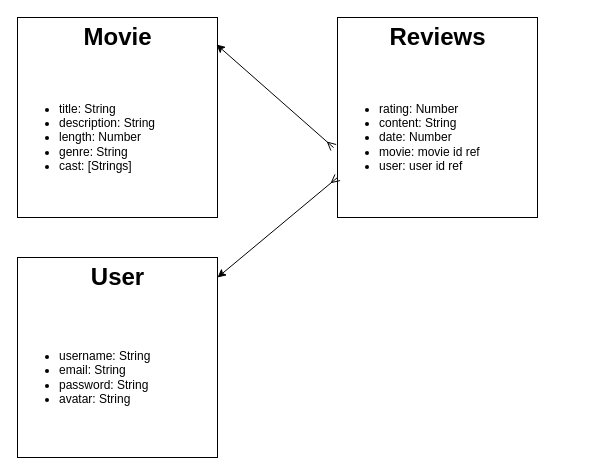
dbae82/Project-1---Reverse-Engineer keeps this draw.io diagram as erd.drawio. Above is the earlier version. Source tidied: cells renumbered, new cells numbered last; positions are measured from the earlier drawing's top-left corner, leaving out a move shared by most shapes. Both pictures are drawn from the tidied source at 100%, with x=0, y=0 at pixel (17, 17).
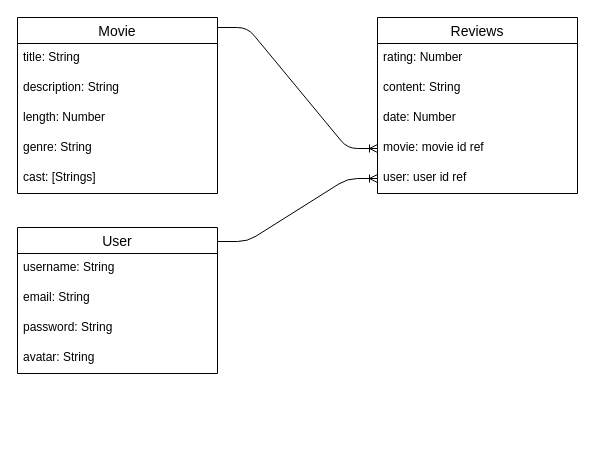
Above is the later version.

Commit message (it also covers changes not shown here):
edits readme with scope and adds wireframes

Change to the diagram source:
```diff
@@
-    <mxCell id="2" style="whiteSpace=wrap;html=1;" parent="1" vertex="1">
-      <mxGeometry width="200" height="200" as="geometry" />
-    </mxCell>
-    <mxCell id="3" value="Movie" style="text;strokeColor=none;fillColor=none;html=1;fontSize=24;fontStyle=1;verticalAlign=middle;align=center;" parent="1" vertex="1">
-      <mxGeometry x="40" width="120" height="40" as="geometry" />
+    <mxCell id="3" value="Movie" style="swimlane;fontStyle=0;horizontal=1;startSize=26;align=center;fontSize=14;" parent="1" vertex="1">
+      <mxGeometry width="200" height="176" as="geometry" />
     </mxCell>
-    <mxCell id="4" value="&lt;ul&gt;&lt;li&gt;title: String&lt;/li&gt;&lt;li&gt;description: String&lt;/li&gt;&lt;li&gt;length: Number&lt;/li&gt;&lt;li&gt;genre: String&lt;/li&gt;&lt;li&gt;cast: [Strings]&lt;/li&gt;&lt;/ul&gt;" style="text;strokeColor=none;fillColor=none;html=1;whiteSpace=wrap;verticalAlign=middle;overflow=hidden;" parent="1" vertex="1">
-      <mxGeometry y="40" width="200" height="160" as="geometry" />
-    </mxCell>
-    <mxCell id="5" style="whiteSpace=wrap;html=1;" parent="1" vertex="1">
-      <mxGeometry x="320" width="200" height="200" as="geometry" />
-    </mxCell>
+    <mxCell id="13" value="title: String" style="text;strokeColor=none;fillColor=none;spacingLeft=4;spacingRight=4;overflow=hidden;fontSize=12;" parent="3" vertex="1">
+      <mxGeometry y="26" width="200" height="30" as="geometry" />
+    </mxCell>
+    <mxCell id="14" value="description: String" style="text;strokeColor=none;fillColor=none;spacingLeft=4;spacingRight=4;overflow=hidden;fontSize=12;" parent="3" vertex="1">
+      <mxGeometry y="56" width="200" height="30" as="geometry" />
+    </mxCell>
+    <mxCell id="15" value="length: Number" style="text;strokeColor=none;fillColor=none;spacingLeft=4;spacingRight=4;overflow=hidden;fontSize=12;" parent="3" vertex="1">
+      <mxGeometry y="86" width="200" height="30" as="geometry" />
+    </mxCell>
+    <mxCell id="16" value="genre: String" style="text;strokeColor=none;fillColor=none;spacingLeft=4;spacingRight=4;overflow=hidden;fontSize=12;" parent="3" vertex="1">
+      <mxGeometry y="116" width="200" height="30" as="geometry" />
+    </mxCell>
+    <mxCell id="17" value="cast: [Strings]" style="text;strokeColor=none;fillColor=none;spacingLeft=4;spacingRight=4;overflow=hidden;fontSize=12;" parent="3" vertex="1">
+      <mxGeometry y="146" width="200" height="30" as="geometry" />
+    </mxCell>
-    <mxCell id="6" value="Reviews" style="text;strokeColor=none;fillColor=none;html=1;fontSize=24;fontStyle=1;verticalAlign=middle;align=center;" parent="1" vertex="1">
-      <mxGeometry x="370" width="100" height="40" as="geometry" />
+    <mxCell id="6" value="Reviews" style="swimlane;fontStyle=0;horizontal=1;startSize=26;align=center;fontSize=14;" parent="1" vertex="1">
+      <mxGeometry x="360" width="200" height="176" as="geometry" />
     </mxCell>
-    <mxCell id="7" value="&lt;ul&gt;&lt;li&gt;rating: Number&lt;/li&gt;&lt;li&gt;content: String&lt;/li&gt;&lt;li&gt;date: Number&lt;/li&gt;&lt;li&gt;movie: movie id ref&lt;/li&gt;&lt;li&gt;user: user id ref&lt;/li&gt;&lt;/ul&gt;" style="text;strokeColor=none;fillColor=none;html=1;whiteSpace=wrap;verticalAlign=middle;overflow=hidden;" parent="1" vertex="1">
-      <mxGeometry x="320" y="40" width="200" height="160" as="geometry" />
-    </mxCell>
-    <mxCell id="8" style="endArrow=ERmany;startArrow=classic;html=1;endFill=0;exitX=0.995;exitY=0.135;exitDx=0;exitDy=0;exitPerimeter=0;" parent="1" edge="1" source="2">
-      <mxGeometry relative="1" as="geometry">
-        <mxPoint x="316" y="130" as="targetPoint" />
-      </mxGeometry>
-    </mxCell>
-    <mxCell id="9" style="whiteSpace=wrap;html=1;" parent="1" vertex="1">
-      <mxGeometry y="240" width="200" height="200" as="geometry" />
-    </mxCell>
+    <mxCell id="18" value="rating: Number" style="text;strokeColor=none;fillColor=none;spacingLeft=4;spacingRight=4;overflow=hidden;fontSize=12;" parent="6" vertex="1">
+      <mxGeometry y="26" width="200" height="30" as="geometry" />
+    </mxCell>
+    <mxCell id="19" value="content: String" style="text;strokeColor=none;fillColor=none;spacingLeft=4;spacingRight=4;overflow=hidden;fontSize=12;" parent="6" vertex="1">
+      <mxGeometry y="56" width="200" height="30" as="geometry" />
+    </mxCell>
+    <mxCell id="20" value="date: Number" style="text;strokeColor=none;fillColor=none;spacingLeft=4;spacingRight=4;overflow=hidden;fontSize=12;" parent="6" vertex="1">
+      <mxGeometry y="86" width="200" height="30" as="geometry" />
+    </mxCell>
+    <mxCell id="21" value="movie: movie id ref" style="text;strokeColor=none;fillColor=none;spacingLeft=4;spacingRight=4;overflow=hidden;points=[[0,0.5],[1,0.5]];portConstraint=eastwest;fontSize=12;" parent="6" vertex="1">
+      <mxGeometry y="116" width="200" height="30" as="geometry" />
+    </mxCell>
+    <mxCell id="22" value="user: user id ref" style="text;strokeColor=none;fillColor=none;spacingLeft=4;spacingRight=4;overflow=hidden;points=[[0,0.5],[1,0.5]];portConstraint=eastwest;fontSize=12;" parent="6" vertex="1">
+      <mxGeometry y="146" width="200" height="30" as="geometry" />
+    </mxCell>
+    <mxCell id="23" style="edgeStyle=entityRelationEdgeStyle;fontSize=12;html=1;endArrow=ERoneToMany;entryX=0;entryY=0.5;entryDx=0;entryDy=0;exitX=1;exitY=0.057;exitDx=0;exitDy=0;exitPerimeter=0;" parent="1" edge="1" source="3" target="21">
+      <mxGeometry relative="1" as="geometry" />
+    </mxCell>
-    <mxCell id="10" value="User" style="text;strokeColor=none;fillColor=none;html=1;fontSize=24;fontStyle=1;verticalAlign=middle;align=center;" parent="1" vertex="1">
-      <mxGeometry x="50" y="240" width="100" height="40" as="geometry" />
+    <mxCell id="10" value="User" style="swimlane;fontStyle=0;horizontal=1;startSize=26;align=center;fontSize=14;" parent="1" vertex="1">
+      <mxGeometry y="210" width="200" height="146" as="geometry" />
     </mxCell>
-    <mxCell id="11" value="&lt;ul&gt;&lt;li&gt;username: String&lt;/li&gt;&lt;li&gt;email: String&lt;/li&gt;&lt;li&gt;password: String&lt;/li&gt;&lt;li&gt;avatar: String&lt;/li&gt;&lt;/ul&gt;" style="text;strokeColor=none;fillColor=none;html=1;whiteSpace=wrap;verticalAlign=middle;overflow=hidden;" parent="1" vertex="1">
-      <mxGeometry y="280" width="200" height="160" as="geometry" />
-    </mxCell>
-    <mxCell id="12" style="endArrow=ERmany;startArrow=classic;html=1;endFill=0;entryX=0;entryY=0.75;entryDx=0;entryDy=0;" parent="1" edge="1" target="7">
-      <mxGeometry relative="1" as="geometry">
-        <mxPoint x="200" y="260" as="sourcePoint" />
-      </mxGeometry>
-    </mxCell>
+    <mxCell id="24" value="username: String" style="text;strokeColor=none;fillColor=none;spacingLeft=4;spacingRight=4;overflow=hidden;fontSize=12;" parent="10" vertex="1">
+      <mxGeometry y="26" width="200" height="30" as="geometry" />
+    </mxCell>
+    <mxCell id="25" value="email: String" style="text;strokeColor=none;fillColor=none;spacingLeft=4;spacingRight=4;overflow=hidden;fontSize=12;" parent="10" vertex="1">
+      <mxGeometry y="56" width="200" height="30" as="geometry" />
+    </mxCell>
+    <mxCell id="26" value="password: String" style="text;strokeColor=none;fillColor=none;spacingLeft=4;spacingRight=4;overflow=hidden;fontSize=12;" parent="10" vertex="1">
+      <mxGeometry y="86" width="200" height="30" as="geometry" />
+    </mxCell>
+    <mxCell id="27" value="avatar: String" style="text;strokeColor=none;fillColor=none;spacingLeft=4;spacingRight=4;overflow=hidden;fontSize=12;" parent="10" vertex="1">
+      <mxGeometry y="116" width="200" height="30" as="geometry" />
+    </mxCell>
+    <mxCell id="28" style="edgeStyle=entityRelationEdgeStyle;fontSize=12;html=1;endArrow=ERoneToMany;exitX=1;exitY=0.096;exitDx=0;exitDy=0;exitPerimeter=0;entryX=0;entryY=0.5;entryDx=0;entryDy=0;" parent="1" edge="1" source="10" target="22">
+      <mxGeometry relative="1" as="geometry" />
+    </mxCell>
```
